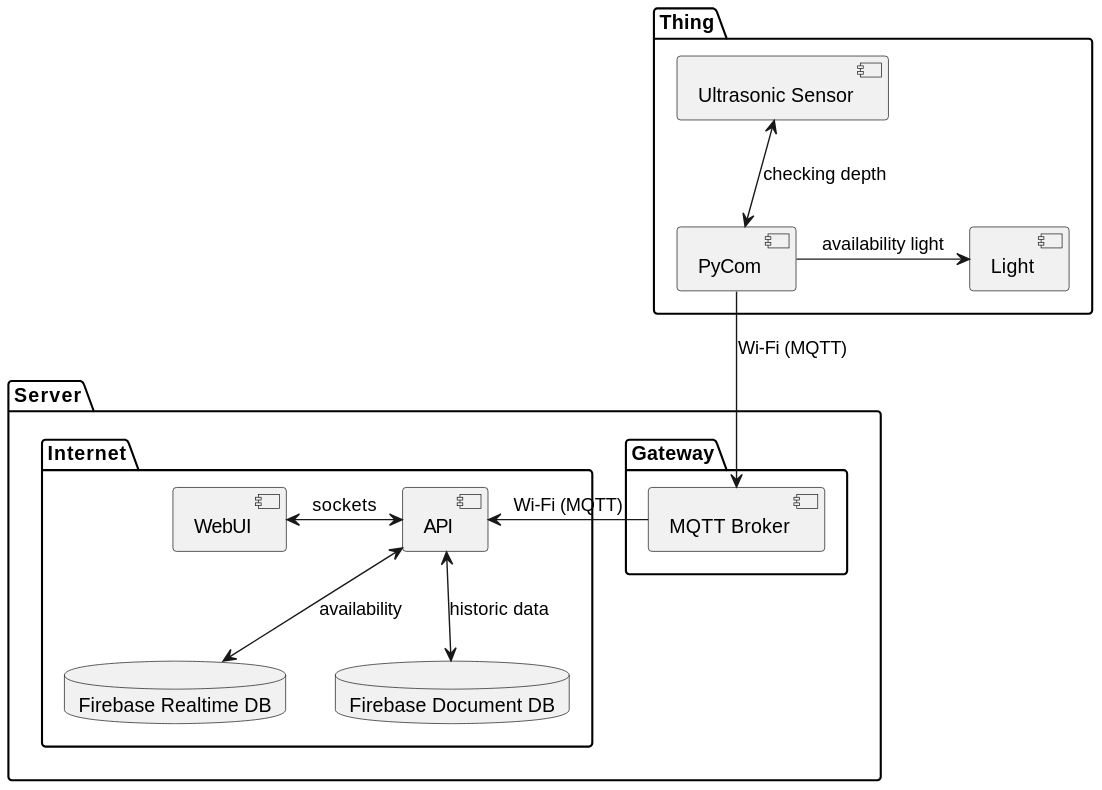
The PlantUML diagram docs/architecture.svg in JBrO910/find-my-spot-piot, before a commit.
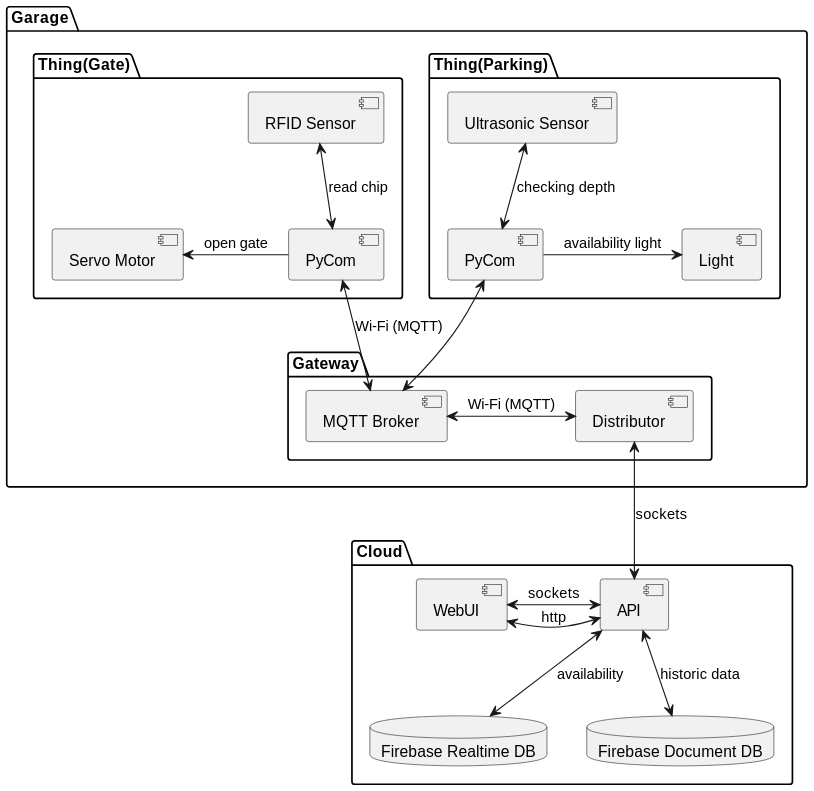
Later version of the same file.

Commit message:
Changed architecture diagram

The edit, as a diff of the source:
```diff
@@ -1,23 +1,35 @@
 @startuml
 
-package Thing {
-    component "Ultrasonic Sensor" as sensor
-    component "PyCom" as py
-    component "Light" as actuator
+package Garage {
+    package Thing(Parking) {
+        component "Ultrasonic Sensor" as sensor
+        component "PyCom" as py
+        component "Light" as actuator
 
-    sensor <-d-> py : checking depth
-    actuator <-l- py : availability light
+        sensor <-d-> py : checking depth
+        actuator <-l- py : availability light
+    }
+
+    package Thing(Gate) {
+        component "RFID Sensor" as sensor2
+        component "PyCom" as py2
+        component "Servo Motor" as actuator2
+
+        sensor2 <-d-> py2 : read chip
+        actuator2 <-r- py2 : open gate
+    }
+
+    package Gateway {
+        component "MQTT Broker" as broker
+        component Distributor as distributor
+    }
+
+    py <-d-> broker
+    py2 <-d-> broker : Wi-Fi (MQTT)
+    broker <-r-> distributor : Wi-Fi (MQTT)
 }
 
-package Server {
-
-package Gateway {
-    component "MQTT Broker" as broker
-}
-
-py --> broker : Wi-Fi (MQTT)
-
-package Internet {
+package Cloud {
     database "Firebase Realtime DB" as realtimedb
     database "Firebase Document DB" as documentdb
 
@@ -26,12 +38,11 @@
     component WebUI as web
 
     api <-l-> web : sockets
+    api <-l-> web : http
     api <-d-> realtimedb : availability
     api <-d-> documentdb : historic data
-}
 
-broker -l-> api : Wi-Fi (MQTT)
-
+    distributor <--> api : sockets
 }
 
 @enduml
```
